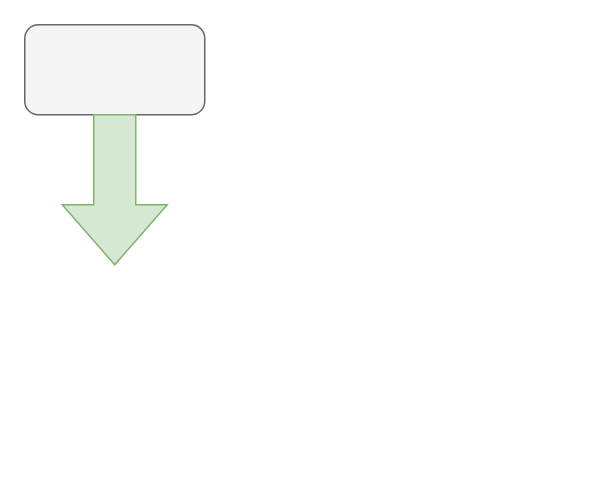
Before: 计算机网络/未命名绘图.drawio in xuehen2014/coffers, a draw.io diagram. Source tidied: cells renumbered, new cells numbered last; positions are measured from the earlier drawing's top-left corner, leaving out a move shared by most shapes. Both pictures are drawn from the tidied source at 150%, with x=0, y=0 at pixel (24, 24).
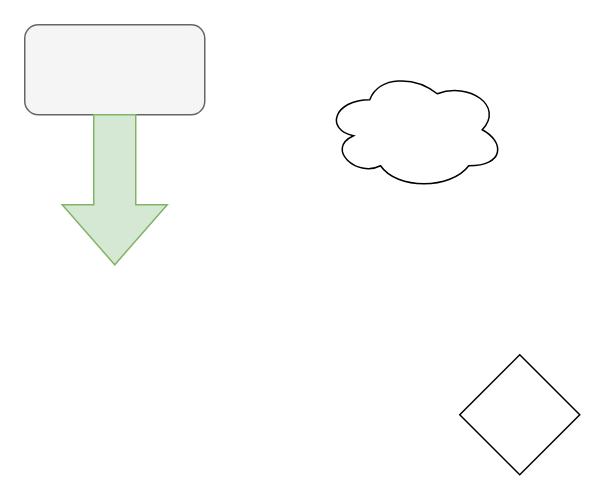
Above is the later version.

Commit message:
更新未命名绘图.drawio

Change to the diagram source:
```diff
@@
 <mxGraphModel>
   <root>
     <mxCell id="0" />
     <mxCell id="1" parent="0" />
     <mxCell id="2" style="rounded=1;whiteSpace=wrap;html=1;fillColor=#f5f5f5;fontColor=#333333;strokeColor=#666666;" parent="1" vertex="1">
       <mxGeometry width="120" height="60" as="geometry" />
     </mxCell>
     <mxCell id="3" style="html=1;shadow=0;dashed=0;align=center;verticalAlign=middle;shape=mxgraph.arrows2.arrow;dy=0.6;dx=40;direction=south;notch=0;fillColor=#d5e8d4;strokeColor=#82b366;" parent="1" vertex="1">
       <mxGeometry x="25" y="60" width="70" height="100" as="geometry" />
     </mxCell>
+    <mxCell id="4" style="rhombus;whiteSpace=wrap;html=1;" parent="1" vertex="1">
+      <mxGeometry x="290" y="220" width="80" height="80" as="geometry" />
+    </mxCell>
+    <mxCell id="5" style="ellipse;shape=cloud;whiteSpace=wrap;html=1;" parent="1" vertex="1">
+      <mxGeometry x="200" y="30" width="120" height="80" as="geometry" />
+    </mxCell>
   </root>
 </mxGraphModel>
```
